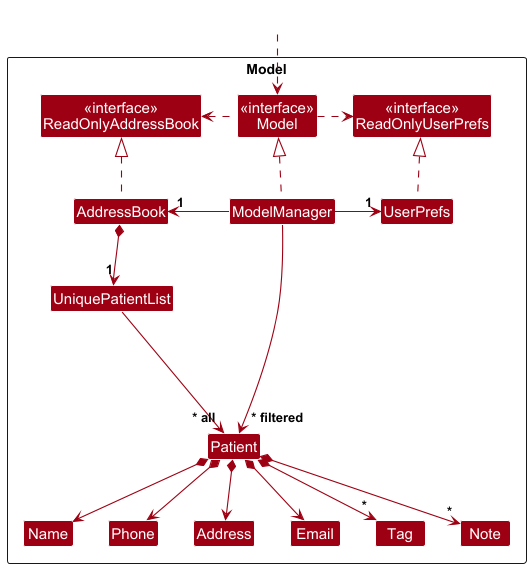
Earlier version of the PlantUML export docs/images/ModelClassDiagram.png (danplatypus30/tp).
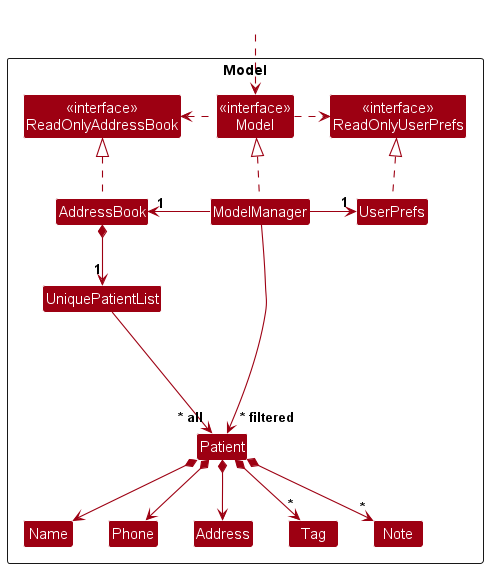
Later version of the same file.

What changed in the source:
```diff
@@ -15,7 +15,6 @@
 Class UniquePatientList
 Class Patient
 Class Address
-Class Email
 Class Name
 Class Phone
 Class Tag
@@ -40,7 +39,6 @@
 UniquePatientList --> "~* all" Patient
 Patient *--> Name
 Patient *--> Phone
-Patient *--> Email
 Patient *--> Address
 Patient *--> "*" Tag
 Patient *--> "*" Note
@@ -50,7 +48,6 @@
 
 Name -[hidden]right-> Phone
 Phone -[hidden]right-> Address
-Address -[hidden]right-> Email
 
 ModelManager --> "~* filtered" Patient
 @enduml
```
